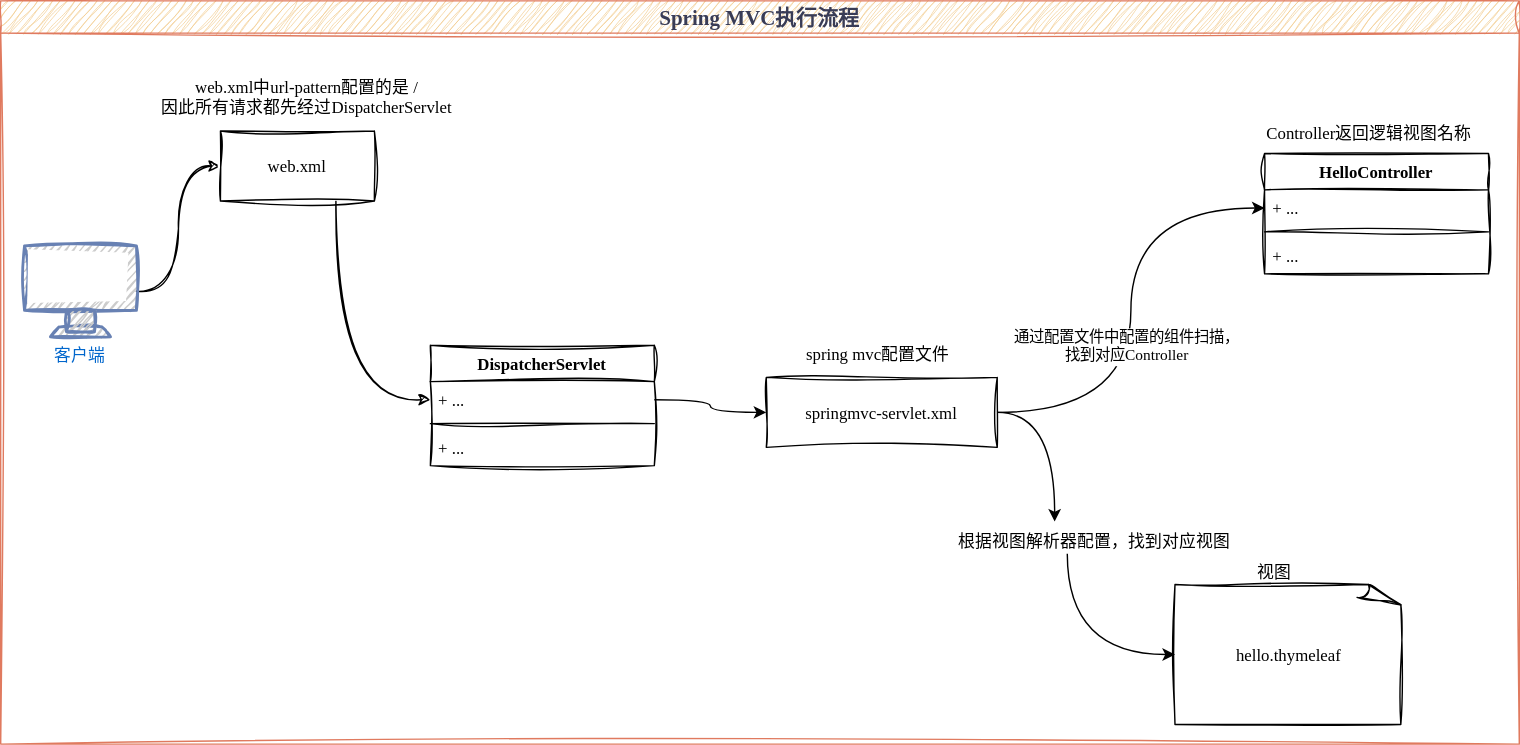
Earlier version of the draw.io export diagrams/java_serve/web_application/mvc/SpringMVC执行过程.svg (luguosong/images). Source tidied: cells renumbered, new cells last; positions are measured from the earlier drawing's top-left corner, leaving out a move shared by most shapes.
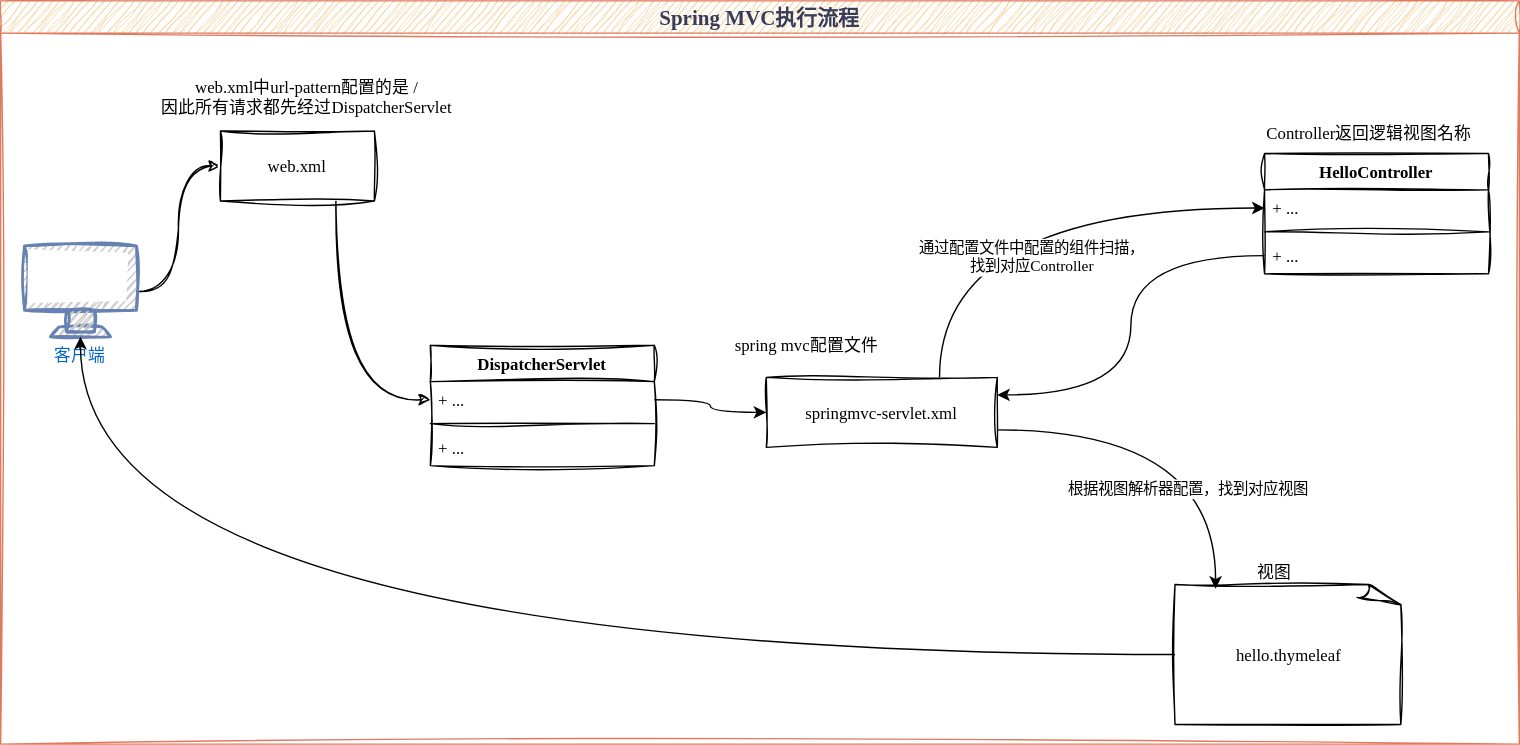
Above is the later version.

Commit message:
更新SpringMVC执行过程.svg

The edit, as a diff of the source:
```diff
@@ -5,11 +5,13 @@
     <mxCell id="2" value="Spring MVC执行流程" style="swimlane;sketch=1;hachureGap=4;jiggle=2;curveFitting=1;fontFamily=LXGW WenKai;fontSize=15;strokeColor=#E07A5F;align=center;verticalAlign=middle;fontColor=#393C56;fontStyle=1;fillColor=#F2CC8F;labelBackgroundColor=none;startSize=23;" parent="1" vertex="1">
       <mxGeometry width="1085" height="531" as="geometry" />
     </mxCell>
-    <mxCell id="3" style="edgeStyle=orthogonalEdgeStyle;curved=1;rounded=0;jettySize=auto;exitX=1;exitY=0.5;exitDx=0;exitDy=0;entryX=0;entryY=0.5;entryDx=0;entryDy=0;fontFamily=LXGW WenKai;" parent="2" edge="1" source="5" target="8">
+    <mxCell id="3" style="edgeStyle=orthogonalEdgeStyle;curved=1;rounded=0;jettySize=auto;exitX=0.75;exitY=0;exitDx=0;exitDy=0;entryX=0;entryY=0.5;entryDx=0;entryDy=0;fontFamily=LXGW WenKai;" parent="2" edge="1" source="5" target="8">
       <mxGeometry relative="1" as="geometry" />
     </mxCell>
     <mxCell id="4" value="通过配置文件中配置的组件扫描，&#10;找到对应Controller" style="edgeLabel;align=center;verticalAlign=middle;fontFamily=LXGW WenKai;" parent="3" vertex="1">
-      <mxGeometry x="-0.14" y="3" relative="1" as="geometry" />
+      <mxGeometry x="-0.14" y="3" relative="1" as="geometry">
+        <mxPoint x="36" y="37" as="offset" />
+      </mxGeometry>
     </mxCell>
     <mxCell id="5" value="springmvc-servlet.xml" style="fontFamily=LXGW WenKai;sketch=1;curveFitting=1;jiggle=2;" parent="2" vertex="1">
       <mxGeometry x="547" y="269" width="165" height="50" as="geometry" />
@@ -29,15 +31,6 @@
     <mxCell id="10" value="+ ..." style="text;strokeColor=none;fillColor=none;align=left;verticalAlign=top;spacingLeft=4;spacingRight=4;overflow=hidden;points=[[0,0.5],[1,0.5]];portConstraint=eastwest;fontFamily=LXGW WenKai;sketch=1;curveFitting=1;jiggle=2;" parent="7" vertex="1">
       <mxGeometry y="60" width="160" height="26" as="geometry" />
     </mxCell>
-    <mxCell id="11" style="edgeStyle=orthogonalEdgeStyle;curved=1;rounded=0;jettySize=auto;exitX=0.405;exitY=0.846;exitDx=0;exitDy=0;entryX=0;entryY=0.5;entryDx=0;entryDy=0;entryPerimeter=0;exitPerimeter=0;fontFamily=LXGW WenKai;" parent="2" edge="1" source="13" target="6">
-      <mxGeometry relative="1" as="geometry" />
-    </mxCell>
-    <mxCell id="12" style="edgeStyle=orthogonalEdgeStyle;curved=1;rounded=0;jettySize=auto;exitX=1;exitY=0.5;exitDx=0;exitDy=0;entryX=0.362;entryY=-0.038;entryDx=0;entryDy=0;entryPerimeter=0;fontFamily=LXGW WenKai;" parent="2" edge="1" source="5" target="13">
-      <mxGeometry relative="1" as="geometry" />
-    </mxCell>
-    <mxCell id="13" value="根据视图解析器配置，找到对应视图" style="text;align=center;verticalAlign=middle;points=[];strokeColor=none;fillColor=none;fontFamily=LXGW WenKai;sketch=1;curveFitting=1;jiggle=2;" parent="2" vertex="1">
-      <mxGeometry x="677" y="373" width="210" height="26" as="geometry" />
-    </mxCell>
     <mxCell id="14" value="Controller返回逻辑视图名称" style="text;align=center;verticalAlign=middle;strokeColor=none;fillColor=none;fontFamily=LXGW WenKai;sketch=1;curveFitting=1;jiggle=2;" parent="2" vertex="1">
       <mxGeometry x="893" y="81" width="170" height="26" as="geometry" />
     </mxCell>
@@ -45,8 +38,19 @@
       <mxGeometry x="889" y="395" width="42" height="26" as="geometry" />
     </mxCell>
     <mxCell id="16" value="spring mvc配置文件" style="text;align=center;verticalAlign=middle;strokeColor=none;fillColor=none;fontFamily=LXGW WenKai;" parent="2" vertex="1">
-      <mxGeometry x="563" y="239" width="128" height="26" as="geometry" />
+      <mxGeometry x="512" y="233" width="128" height="26" as="geometry" />
     </mxCell>
+    <mxCell id="27" style="edgeStyle=orthogonalEdgeStyle;curved=1;rounded=0;jettySize=auto;exitX=0;exitY=0.5;exitDx=0;exitDy=0;entryX=1;entryY=0.25;entryDx=0;entryDy=0;fontFamily=LXGW WenKai;" parent="2" edge="1" source="10" target="5">
+      <mxGeometry relative="1" as="geometry" />
+    </mxCell>
+    <mxCell id="28" style="edgeStyle=orthogonalEdgeStyle;curved=1;rounded=0;jettySize=auto;exitX=1;exitY=0.75;exitDx=0;exitDy=0;entryX=0.178;entryY=0.03;entryDx=0;entryDy=0;entryPerimeter=0;fontFamily=LXGW WenKai;" parent="2" edge="1" source="5" target="6">
+      <mxGeometry relative="1" as="geometry" />
+    </mxCell>
+    <mxCell id="13" value="根据视图解析器配置，找到对应视图" style="edgeLabel;align=center;verticalAlign=middle;points=[];fontFamily=LXGW WenKai;" parent="28" vertex="1">
+      <mxGeometry x="-0.25" y="-13" relative="1" as="geometry">
+        <mxPoint x="35" y="28" as="offset" />
+      </mxGeometry>
+    </mxCell>
     <mxCell id="17" style="edgeStyle=orthogonalEdgeStyle;curved=1;rounded=0;jettySize=auto;exitX=1;exitY=0.5;exitDx=0;exitDy=0;exitPerimeter=0;entryX=0;entryY=0.5;entryDx=0;entryDy=0;fontFamily=LXGW WenKai;sketch=1;curveFitting=1;jiggle=2;" parent="1" edge="1" source="18" target="20">
       <mxGeometry relative="1" as="geometry" />
     </mxCell>
@@ -77,5 +81,8 @@
     <mxCell id="26" style="edgeStyle=orthogonalEdgeStyle;curved=1;rounded=0;jettySize=auto;exitX=1;exitY=0.5;exitDx=0;exitDy=0;entryX=0;entryY=0.5;entryDx=0;entryDy=0;fontFamily=LXGW WenKai;" parent="1" edge="1" source="22" target="5">
       <mxGeometry relative="1" as="geometry" />
     </mxCell>
+    <mxCell id="29" style="edgeStyle=orthogonalEdgeStyle;curved=1;rounded=0;jettySize=auto;exitX=0;exitY=0.5;exitDx=0;exitDy=0;exitPerimeter=0;fontFamily=LXGW WenKai;" parent="1" edge="1" source="6" target="18">
+      <mxGeometry relative="1" as="geometry" />
+    </mxCell>
   </root>
 </mxGraphModel>
```
